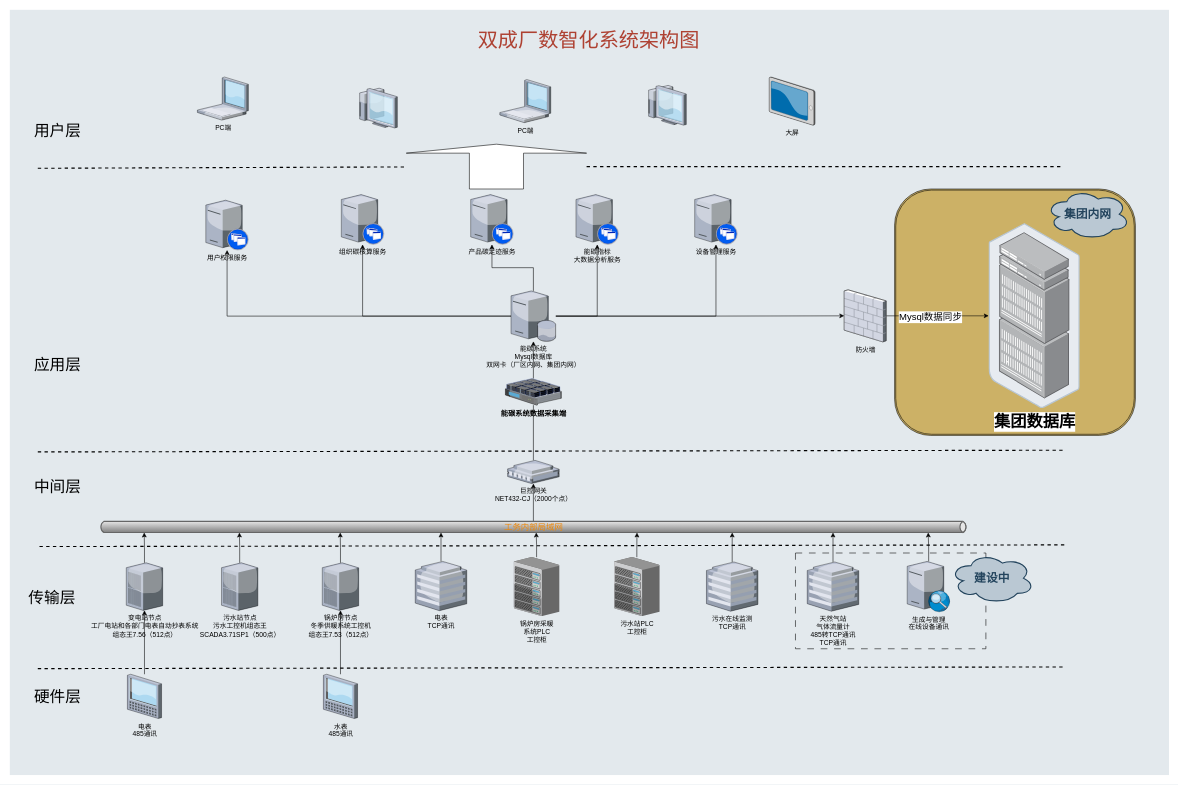
jtzjtz/draw-io keeps this draw.io diagram as 哈尔滨旺旺.drawio. Above is the earlier version. Source tidied: cells renumbered, new cells numbered last; positions are measured from the earlier drawing's top-left corner, leaving out a move shared by most shapes. Both pictures are drawn from the tidied source at 56%, with x=0, y=0 at pixel (10, 10).
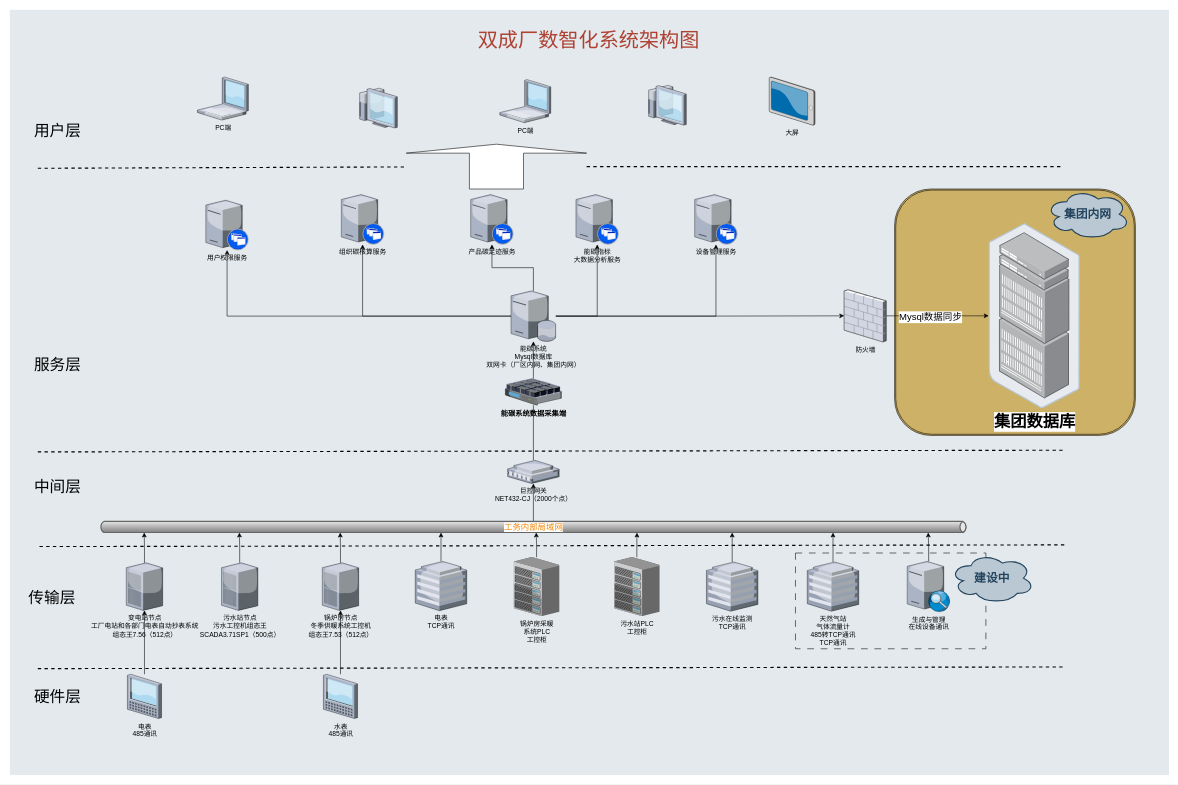
The same page after the edit.

Commit message (it also covers changes not shown here):
更新哈尔滨旺旺.drawio

The edit, as a diff of the source:
```diff
@@
-    <mxCell id="8" value="&lt;font style=&quot;font-size: 15px;&quot;&gt;工务内部局域网&lt;/font&gt;" style="strokeWidth=2;strokeColor=#666666;dashed=0;align=center;html=1;fontSize=8;shape=mxgraph.eip.messageChannel;shadow=0;fillColor=#FFFFFF;gradientColor=none;fontColor=#F08705;fontStyle=0;" parent="1" vertex="1">
+    <mxCell id="8" value="&lt;font style=&quot;font-size: 15px; background-color: light-dark(#ffffff, var(--ge-dark-color, #121212));&quot;&gt;工务内部局域网&lt;/font&gt;" style="strokeWidth=2;strokeColor=#666666;dashed=0;align=center;html=1;fontSize=8;shape=mxgraph.eip.messageChannel;shadow=0;fillColor=#FFFFFF;gradientColor=none;fontColor=#F08705;fontStyle=0;" parent="1" vertex="1">
       <mxGeometry x="160" y="913.5" width="1550" height="20" as="geometry" />
     </mxCell>
@@
-    <mxCell id="35" value="&lt;font style=&quot;font-size: 28px;&quot;&gt;应用层&lt;/font&gt;" style="text;html=1;align=center;verticalAlign=middle;strokeColor=none;fillColor=none;" parent="1" vertex="1">
+    <mxCell id="35" value="&lt;font style=&quot;font-size: 28px;&quot;&gt;服务层&lt;/font&gt;" style="text;html=1;align=center;verticalAlign=middle;strokeColor=none;fillColor=none;" parent="1" vertex="1">
       <mxGeometry x="30" y="608.5" width="110" height="50" as="geometry" />
     </mxCell>
```
